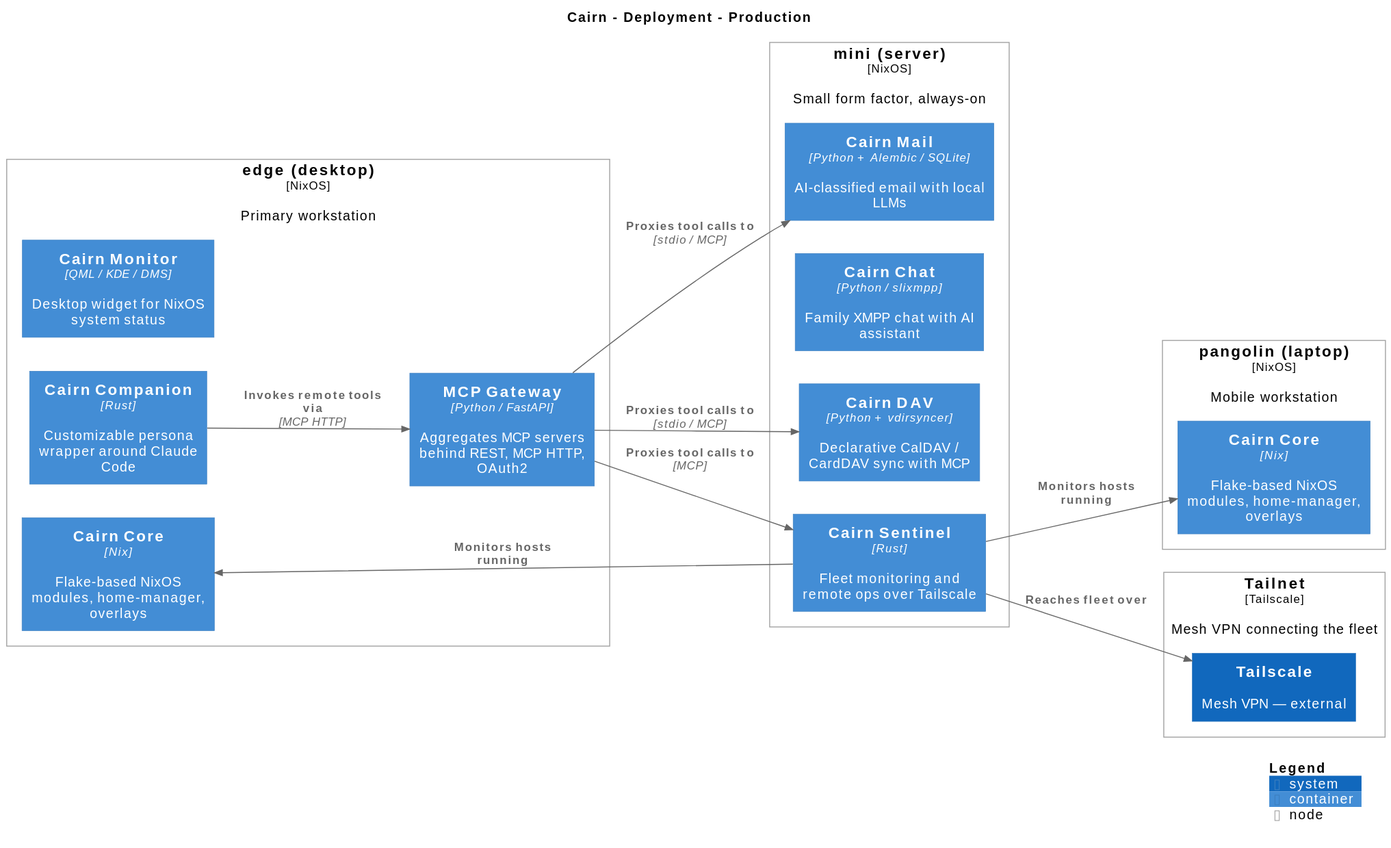
The PlantUML diagram docs/diagrams/cairn-deployment.svg in kcalvelli/kcalvelli-portal, before a commit.
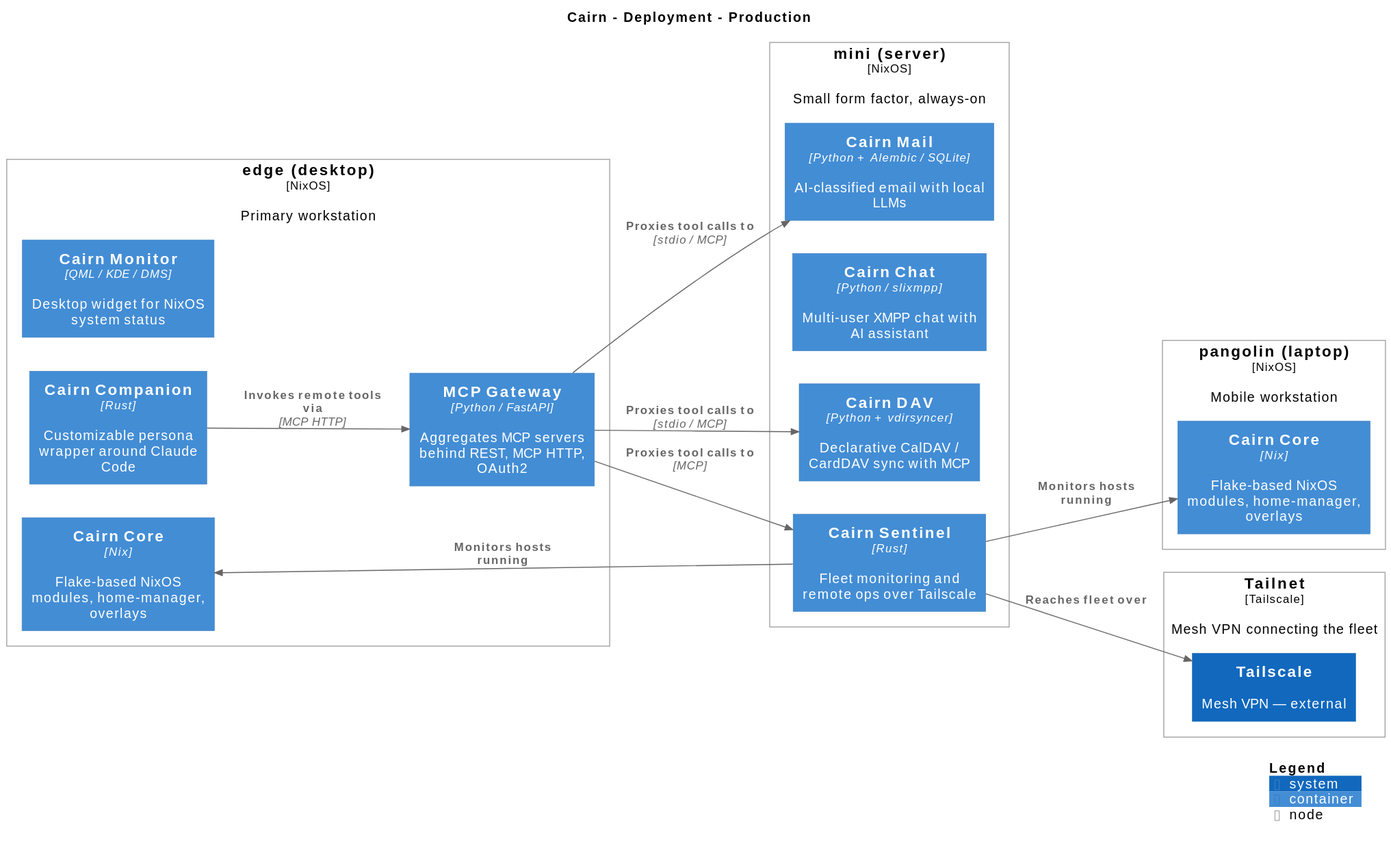
Later version of the same file.

Change to the diagram source:
```diff
@@ -19,7 +19,7 @@
 Deployment_Node(Production.miniserver, "mini (server)", $type="NixOS", $descr="Small form factor, always-on", $tags="", $link="") {
   Container(Production.miniserver.CairnMail_1, "Cairn Mail", $techn="Python + Alembic / SQLite", $descr="AI-classified email with local LLMs", $tags="", $link="")
   Container(Production.miniserver.CairnDAV_1, "Cairn DAV", $techn="Python + vdirsyncer", $descr="Declarative CalDAV / CardDAV sync with MCP", $tags="", $link="")
-  Container(Production.miniserver.CairnChat_1, "Cairn Chat", $techn="Python / slixmpp", $descr="Family XMPP chat with AI assistant", $tags="", $link="")
+  Container(Production.miniserver.CairnChat_1, "Cairn Chat", $techn="Python / slixmpp", $descr="Multi-user XMPP chat with AI assistant", $tags="", $link="")
   Container(Production.miniserver.CairnSentinel_1, "Cairn Sentinel", $techn="Rust", $descr="Fleet monitoring and remote ops over Tailscale", $tags="", $link="")
 }
 
```
